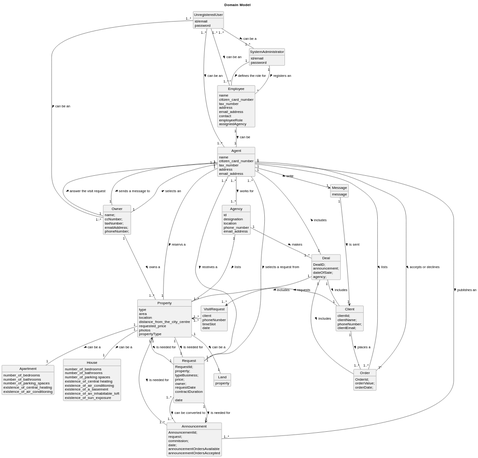
Above: docs/Sprint-D/global-artifacts/02.analysis/svg/project-domain-model.svg in Rodrick0209/ISEP-LAPR2-22-23 (PlantUML), before the change.
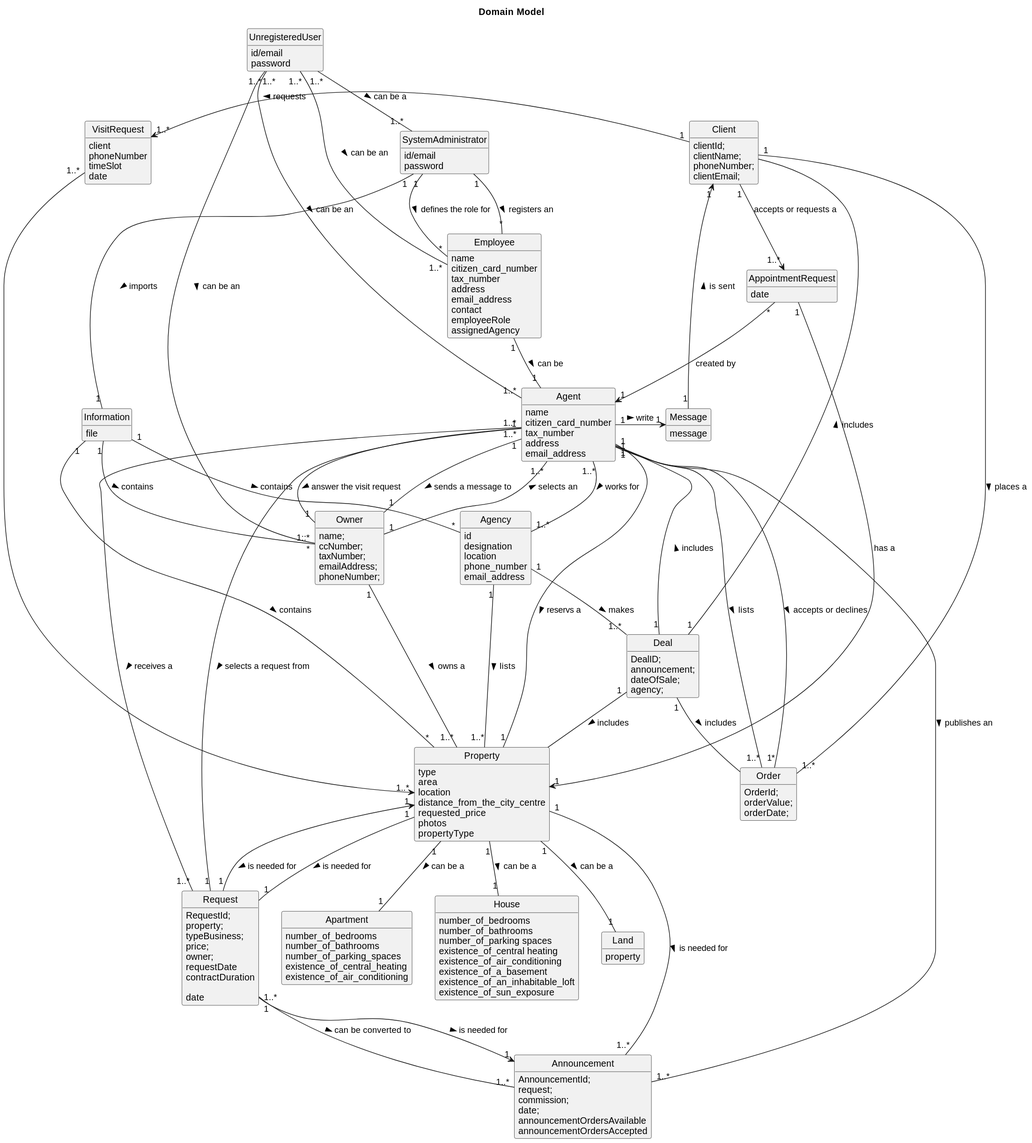
The same diagram one commit later.

The edit, as a diff of the source:
```diff
@@ -149,6 +149,14 @@
 message
 }
 
+class AppointmentRequest{
+    date
+}
+
+class Information {
+    file
+}
+
 
 
 
@@ -199,4 +207,11 @@
 Client "1" -- "1..*" Order : places a >
 Agent "1" -- "1..*" Order : lists >
 Agent "1" -- "1*" Order : accepts or declines >
+Client "1" --> "1..*" AppointmentRequest: accepts or requests a
+AppointmentRequest "*" --> "1" Agent: created by
+AppointmentRequest "1" --> "1" Property: has a
+SystemAdministrator "1" -- "1" Information: imports >
+Information "1" -- "*" Agency: contains >
+Information "1" -- "*" Property: contains >
+Information "1" -- "*" Owner: contains >
 @enduml
```
